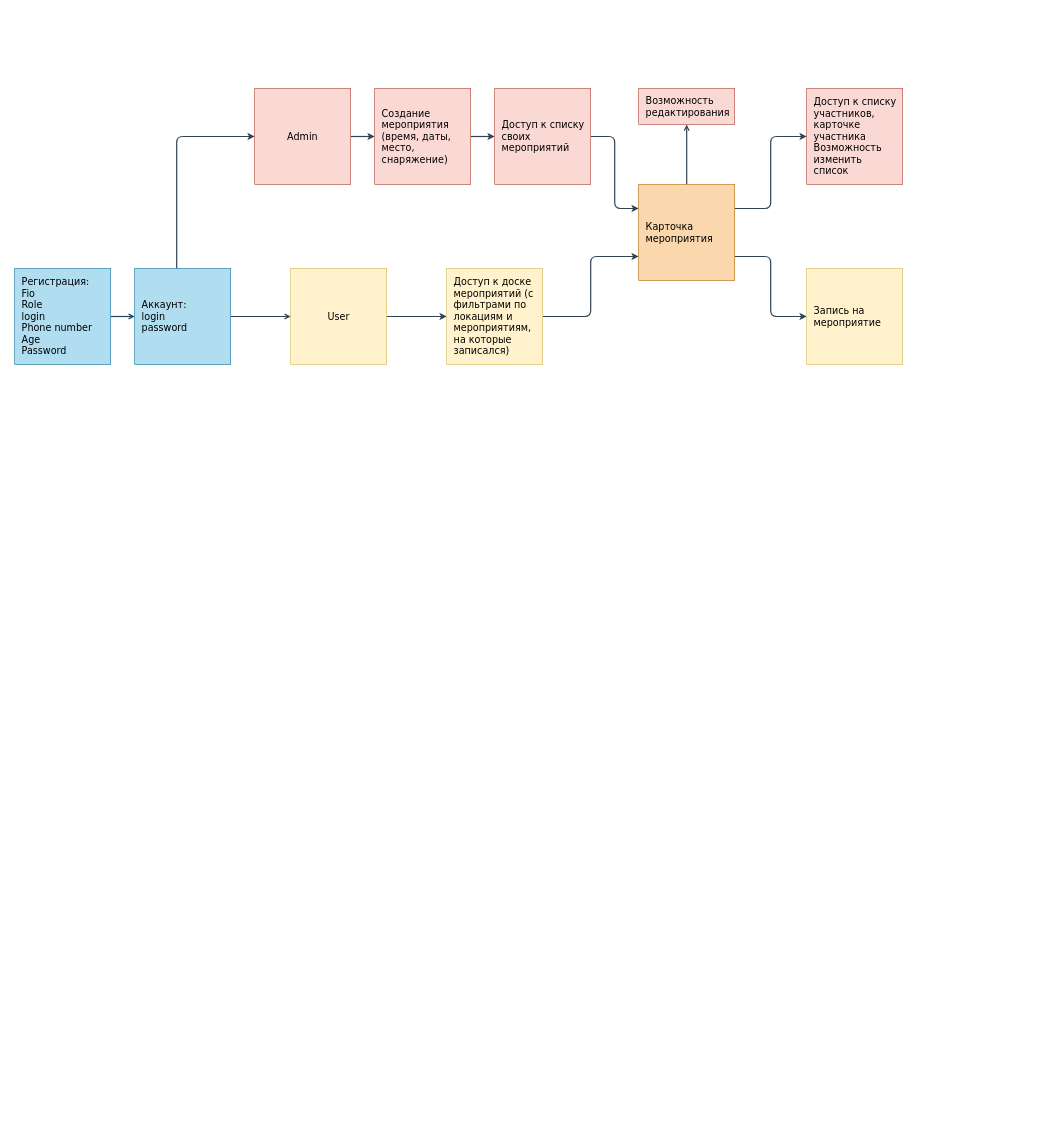
VeronikaOxyt/Frontend-basics-course keeps this draw.io diagram as Диаграмма без названия.drawio. Above is the earlier version. Source tidied: cells renumbered, new cells numbered last; positions are measured from the earlier drawing's top-left corner, leaving out a move shared by most shapes. Both pictures are drawn from the tidied source at 60%, with x=0, y=0 at pixel (14, 88).
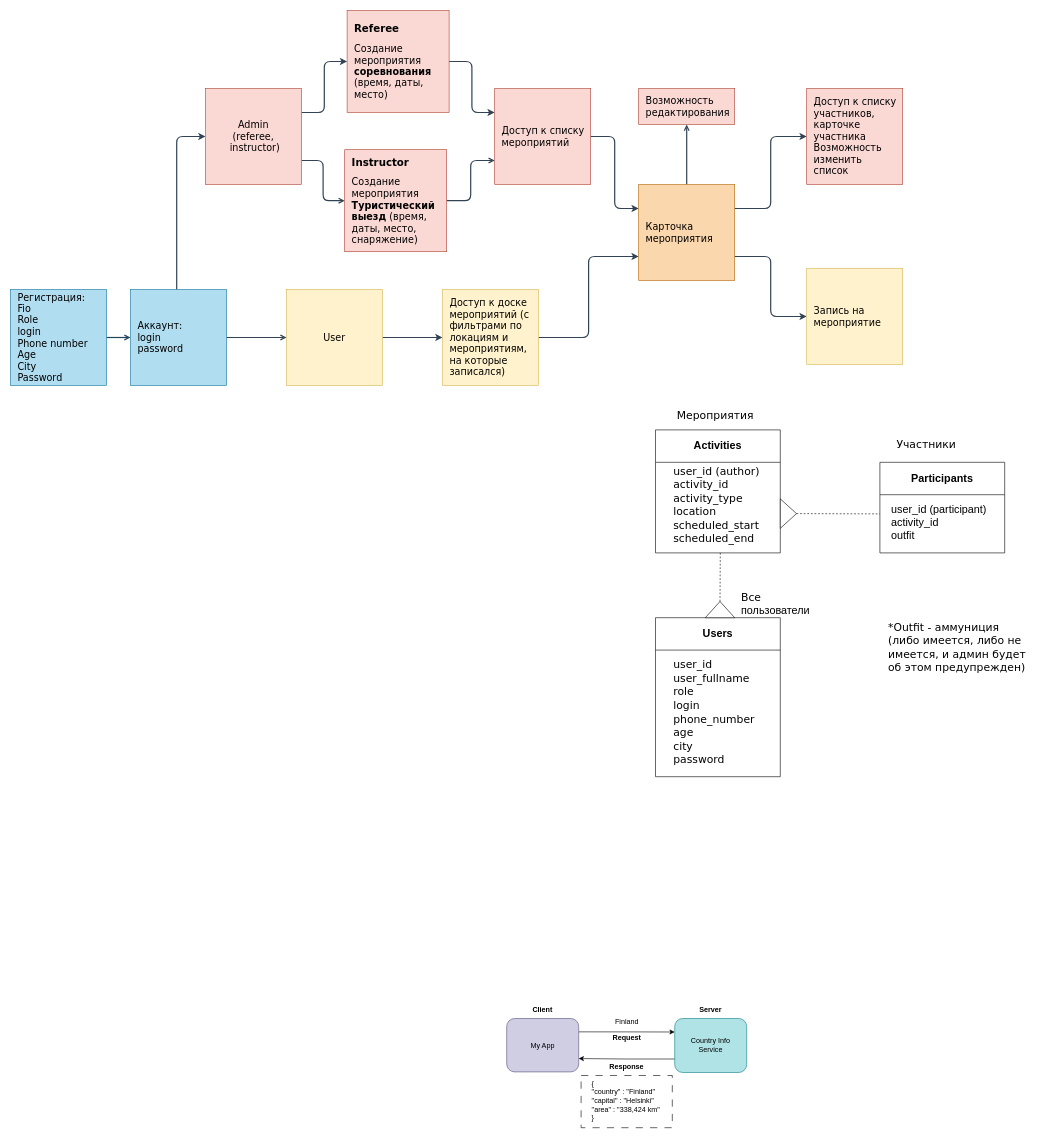
The same diagram, later.

Diff of the diagram source:
```diff
@@
-    <mxCell id="3" value="&lt;font face=&quot;Verdana&quot; style=&quot;font-size: 16px;&quot;&gt;Регистрация:&lt;br&gt;Fio&lt;br&gt;Role&lt;br&gt;login&lt;br&gt;Phone number&lt;br&gt;Age&lt;br&gt;Password&lt;/font&gt;" style="rounded=0;whiteSpace=wrap;html=1;fillColor=#b1ddf0;strokeColor=#10739e;fontStyle=0;align=left;spacing=12;" parent="1" vertex="1">
-      <mxGeometry y="300" width="160" height="160" as="geometry" />
+    <mxCell id="3" value="&lt;font face=&quot;Verdana&quot; style=&quot;font-size: 16px;&quot;&gt;Регистрация:&lt;br&gt;Fio&lt;br&gt;Role&lt;br&gt;login&lt;br&gt;Phone number&lt;br&gt;Age&lt;br&gt;City&lt;br&gt;Password&lt;/font&gt;" style="rounded=0;whiteSpace=wrap;html=1;fillColor=#b1ddf0;strokeColor=#10739e;fontStyle=0;align=left;spacing=12;" parent="1" vertex="1">
+      <mxGeometry x="-7" y="335" width="160" height="160" as="geometry" />
     </mxCell>
@@
     <mxCell id="6" value="&lt;pre&gt;&lt;font face=&quot;Verdana&quot; style=&quot;font-size: 16px;&quot;&gt;Аккаунт:&lt;br&gt;&lt;/font&gt;&lt;font face=&quot;Verdana&quot; style=&quot;font-size: 16px;&quot;&gt;login&lt;br&gt;&lt;/font&gt;&lt;font face=&quot;Verdana&quot; style=&quot;font-size: 16px;&quot;&gt;password&lt;/font&gt;&lt;/pre&gt;" style="whiteSpace=wrap;html=1;align=left;fillColor=#b1ddf0;strokeColor=#10739e;spacing=12;" parent="1" vertex="1">
-      <mxGeometry x="200" y="300" width="160" height="160" as="geometry" />
+      <mxGeometry x="193" y="335" width="160" height="160" as="geometry" />
     </mxCell>
-    <mxCell id="7" style="edgeStyle=orthogonalEdgeStyle;rounded=1;jettySize=auto;html=1;strokeWidth=2;fillColor=#647687;strokeColor=#314354;" parent="1" edge="1" source="8" target="12">
+    <mxCell id="7" style="edgeStyle=orthogonalEdgeStyle;rounded=1;jettySize=auto;html=1;strokeWidth=2;fillColor=#647687;strokeColor=#314354;exitX=1;exitY=0.25;exitDx=0;exitDy=0;" parent="1" edge="1" source="8" target="12">
       <mxGeometry relative="1" as="geometry" />
     </mxCell>
+    <mxCell id="24" style="edgeStyle=orthogonalEdgeStyle;rounded=1;jettySize=auto;html=1;entryX=0;entryY=0.5;entryDx=0;entryDy=0;exitX=1;exitY=0.75;exitDx=0;exitDy=0;endArrow=open;endFill=0;fillColor=#647687;strokeColor=#314354;strokeWidth=2;" parent="1" edge="1" source="8" target="39">
+      <mxGeometry relative="1" as="geometry" />
+    </mxCell>
-    <mxCell id="8" value="&lt;font style=&quot;font-size: 16px;&quot; face=&quot;Verdana&quot;&gt;Admin&lt;/font&gt;" style="whiteSpace=wrap;html=1;align=center;fillColor=#fad9d5;strokeColor=#ae4132;" parent="1" vertex="1">
-      <mxGeometry x="400" width="160" height="160" as="geometry" />
+    <mxCell id="8" value="&lt;font style=&quot;font-size: 16px;&quot; face=&quot;Verdana&quot;&gt;Admin&lt;br&gt;&lt;span style=&quot;font-size: 16px;&quot;&gt;(referee,&lt;br&gt;&amp;nbsp;instructor&lt;/span&gt;&lt;span style=&quot;font-size: 16px;&quot;&gt;)&lt;/span&gt;&lt;br&gt;&lt;/font&gt;" style="whiteSpace=wrap;html=1;align=center;fillColor=#fad9d5;strokeColor=#ae4132;" parent="1" vertex="1">
+      <mxGeometry x="318" width="160" height="160" as="geometry" />
     </mxCell>
@@
     <mxCell id="10" value="&lt;font style=&quot;font-size: 16px;&quot; face=&quot;Verdana&quot;&gt;User&lt;/font&gt;" style="whiteSpace=wrap;html=1;align=center;fillColor=#fff2cc;strokeColor=#d6b656;" parent="1" vertex="1">
-      <mxGeometry x="460" y="300" width="160" height="160" as="geometry" />
+      <mxGeometry x="453" y="335" width="160" height="160" as="geometry" />
     </mxCell>
-    <mxCell id="11" style="edgeStyle=orthogonalEdgeStyle;rounded=1;jettySize=auto;html=1;strokeWidth=2;fillColor=#647687;strokeColor=#314354;" parent="1" edge="1" source="12">
-      <mxGeometry relative="1" as="geometry">
-        <mxPoint x="800" y="80" as="targetPoint" />
-      </mxGeometry>
+    <mxCell id="11" style="edgeStyle=orthogonalEdgeStyle;rounded=1;jettySize=auto;html=1;strokeWidth=2;fillColor=#647687;strokeColor=#314354;entryX=0;entryY=0.25;entryDx=0;entryDy=0;" parent="1" edge="1" source="12" target="14">
+      <mxGeometry relative="1" as="geometry" />
     </mxCell>
-    <mxCell id="12" value="&lt;font style=&quot;font-size: 16px;&quot; face=&quot;Verdana&quot;&gt;Создание мероприятия (время, даты, место, снаряжение)&lt;/font&gt;" style="whiteSpace=wrap;html=1;align=left;fillColor=#fad9d5;strokeColor=#ae4132;spacing=12;" parent="1" vertex="1">
-      <mxGeometry x="600" width="160" height="160" as="geometry" />
+    <mxCell id="12" value="&lt;font style=&quot;&quot; face=&quot;Verdana&quot;&gt;&lt;b style=&quot;&quot;&gt;&lt;font style=&quot;font-size: 17px;&quot;&gt;Referee&lt;br&gt;&lt;/font&gt;&lt;/b&gt;&lt;br&gt;&lt;span style=&quot;font-size: 16px;&quot;&gt;Создание мероприятия&lt;/span&gt;&lt;br&gt;&lt;b style=&quot;font-size: 16px;&quot;&gt;соревнования&lt;/b&gt;&lt;span style=&quot;font-size: 16px;&quot;&gt; (время, даты, место)&lt;/span&gt;&lt;/font&gt;" style="whiteSpace=wrap;html=1;align=left;fillColor=#fad9d5;strokeColor=#ae4132;spacing=12;" parent="1" vertex="1">
+      <mxGeometry x="554" y="-130" width="170" height="170" as="geometry" />
     </mxCell>
@@
-    <mxCell id="14" value="&lt;font style=&quot;font-size: 16px;&quot; face=&quot;Verdana&quot;&gt;Доступ к списку своих мероприятий&lt;br&gt;&lt;/font&gt;" style="whiteSpace=wrap;html=1;align=left;fillColor=#fad9d5;strokeColor=#ae4132;spacing=12;" parent="1" vertex="1">
+    <mxCell id="14" value="&lt;font style=&quot;font-size: 16px;&quot; face=&quot;Verdana&quot;&gt;Доступ к списку мероприятий&lt;br&gt;&lt;/font&gt;" style="whiteSpace=wrap;html=1;align=left;fillColor=#fad9d5;strokeColor=#ae4132;spacing=12;" parent="1" vertex="1">
       <mxGeometry x="800" width="160" height="160" as="geometry" />
     </mxCell>
@@
     <mxCell id="16" value="&lt;font style=&quot;font-size: 16px;&quot; face=&quot;Verdana&quot;&gt;Доступ к доске мероприятий (с фильтрами по локациям и мероприятиям, на которые записался)&lt;/font&gt;" style="whiteSpace=wrap;html=1;align=left;fillColor=#fff2cc;strokeColor=#d6b656;spacing=12;" parent="1" vertex="1">
-      <mxGeometry x="720" y="300" width="160" height="160" as="geometry" />
+      <mxGeometry x="713" y="335" width="160" height="160" as="geometry" />
     </mxCell>
@@
+    <mxCell id="25" style="edgeStyle=orthogonalEdgeStyle;rounded=0;jettySize=auto;html=1;entryX=0;entryY=0.25;entryDx=0;entryDy=0;exitX=1;exitY=0.25;exitDx=0;exitDy=0;" parent="1" edge="1" source="26" target="28">
+      <mxGeometry relative="1" as="geometry" />
+    </mxCell>
+    <mxCell id="26" value="My App" style="rounded=1;whiteSpace=wrap;html=1;fillColor=#d0cee2;strokeColor=#56517e;" parent="1" vertex="1">
+      <mxGeometry x="820" y="1550" width="120" height="89" as="geometry" />
+    </mxCell>
+    <mxCell id="27" style="edgeStyle=orthogonalEdgeStyle;rounded=0;jettySize=auto;html=1;entryX=1;entryY=0.75;entryDx=0;entryDy=0;exitX=0;exitY=0.75;exitDx=0;exitDy=0;" parent="1" edge="1" source="28" target="26">
+      <mxGeometry relative="1" as="geometry" />
+    </mxCell>
+    <mxCell id="28" value="Country Info &lt;br&gt;Service" style="rounded=1;whiteSpace=wrap;html=1;fillColor=#b0e3e6;strokeColor=#0e8088;" parent="1" vertex="1">
+      <mxGeometry x="1100" y="1550" width="120" height="90" as="geometry" />
+    </mxCell>
+    <mxCell id="29" value="Finland" style="text;html=1;align=center;verticalAlign=middle;strokeColor=none;fillColor=none;" parent="1" vertex="1">
+      <mxGeometry x="990" y="1540" width="60" height="30" as="geometry" />
+    </mxCell>
+    <mxCell id="30" value="&lt;b&gt;Response&lt;/b&gt;" style="text;html=1;strokeColor=none;fillColor=none;align=center;verticalAlign=middle;whiteSpace=wrap;rounded=0;" parent="1" vertex="1">
+      <mxGeometry x="990" y="1615" width="60" height="30" as="geometry" />
+    </mxCell>
+    <mxCell id="31" value="&lt;b&gt;Request&lt;/b&gt;" style="text;html=1;align=center;verticalAlign=middle;strokeColor=none;fillColor=none;" parent="1" vertex="1">
+      <mxGeometry x="987.5" y="1570" width="65" height="26" as="geometry" />
+    </mxCell>
+    <mxCell id="32" style="rounded=0;whiteSpace=wrap;html=1;dashed=1;dashPattern=12 12;" parent="1" vertex="1">
+      <mxGeometry x="944" y="1645" width="152" height="87" as="geometry" />
+    </mxCell>
+    <mxCell id="33" value="{&lt;br&gt;&quot;country&quot; : &quot;Finland&quot;&lt;br&gt;&quot;capital&quot; : &quot;Helsinki&quot;&lt;br&gt;&quot;area&quot; : &quot;338,424 km&quot;&lt;br&gt;}" style="text;html=1;strokeColor=none;fillColor=none;align=left;verticalAlign=middle;whiteSpace=wrap;rounded=0;" parent="1" vertex="1">
+      <mxGeometry x="960" y="1640" width="134" height="93" as="geometry" />
+    </mxCell>
+    <mxCell id="34" value="&lt;b&gt;Client&lt;/b&gt;" style="text;html=1;strokeColor=none;fillColor=none;align=center;verticalAlign=middle;whiteSpace=wrap;rounded=0;" parent="1" vertex="1">
+      <mxGeometry x="850" y="1520" width="60" height="30" as="geometry" />
+    </mxCell>
+    <mxCell id="35" value="&lt;b&gt;Server&lt;/b&gt;" style="text;html=1;strokeColor=none;fillColor=none;align=center;verticalAlign=middle;whiteSpace=wrap;rounded=0;" parent="1" vertex="1">
+      <mxGeometry x="1130" y="1520" width="60" height="30" as="geometry" />
+    </mxCell>
+    <mxCell id="36" value="&lt;font style=&quot;font-size: 18px;&quot;&gt;Users&lt;/font&gt;" style="swimlane;whiteSpace=wrap;html=1;startSize=54;" parent="1" vertex="1">
+      <mxGeometry x="1068" y="882" width="208" height="265" as="geometry" />
+    </mxCell>
+    <mxCell id="37" value="&lt;font style=&quot;font-size: 18px;&quot;&gt;&lt;font face=&quot;Verdana&quot;&gt;&lt;font style=&quot;font-size: 18px;&quot;&gt;user_id&lt;br&gt;user_fullname&lt;br style=&quot;border-color: var(--border-color);&quot;&gt;role&lt;br style=&quot;border-color: var(--border-color);&quot;&gt;login&lt;br style=&quot;border-color: var(--border-color);&quot;&gt;phone_number&lt;br style=&quot;border-color: var(--border-color);&quot;&gt;age&lt;br&gt;city&lt;/font&gt;&lt;br&gt;password&lt;/font&gt;&lt;br&gt;&lt;/font&gt;" style="text;html=1;strokeColor=none;fillColor=none;align=left;verticalAlign=middle;whiteSpace=wrap;rounded=0;" parent="36" vertex="1">
+      <mxGeometry x="28" y="63" width="156" height="189" as="geometry" />
+    </mxCell>
+    <mxCell id="38" style="edgeStyle=orthogonalEdgeStyle;rounded=1;jettySize=auto;html=1;entryX=0;entryY=0.75;entryDx=0;entryDy=0;endArrow=open;endFill=0;fillColor=#647687;strokeColor=#314354;strokeWidth=2;" parent="1" edge="1" source="39" target="14">
+      <mxGeometry relative="1" as="geometry" />
+    </mxCell>
+    <mxCell id="39" value="&lt;font style=&quot;&quot; face=&quot;Verdana&quot;&gt;&lt;b style=&quot;&quot;&gt;&lt;font style=&quot;font-size: 17px;&quot;&gt;Instructor&lt;br&gt;&lt;/font&gt;&lt;/b&gt;&lt;br&gt;&lt;span style=&quot;font-size: 16px;&quot;&gt;Создание мероприятия&lt;/span&gt;&lt;br&gt;&lt;b style=&quot;font-size: 16px;&quot;&gt;Туристический выезд&lt;/b&gt;&lt;span style=&quot;font-size: 16px;&quot;&gt; (время, даты, место, снаряжение)&lt;/span&gt;&lt;/font&gt;" style="whiteSpace=wrap;html=1;align=left;fillColor=#fad9d5;strokeColor=#ae4132;spacing=12;" parent="1" vertex="1">
+      <mxGeometry x="550" y="102" width="170" height="170" as="geometry" />
+    </mxCell>
+    <mxCell id="40" value="&lt;span style=&quot;font-size: 18px;&quot;&gt;Activities&lt;/span&gt;" style="swimlane;whiteSpace=wrap;html=1;startSize=54;" parent="1" vertex="1">
+      <mxGeometry x="1068" y="569" width="208" height="205" as="geometry" />
+    </mxCell>
+    <mxCell id="41" value="&lt;font style=&quot;font-size: 18px;&quot;&gt;&lt;font style=&quot;font-size: 18px;&quot; face=&quot;Verdana&quot;&gt;user_id (author)&lt;br&gt;activity_id&lt;/font&gt;&lt;br style=&quot;border-color: var(--border-color); font-family: Verdana;&quot;&gt;&lt;font style=&quot;&quot; face=&quot;Verdana&quot;&gt;activity_type&lt;br&gt;&lt;span style=&quot;font-size: 18px;&quot;&gt;location&lt;/span&gt;&lt;br&gt;&lt;span style=&quot;font-size: 18px;&quot;&gt;scheduled_start&lt;/span&gt;&lt;br&gt;&lt;span style=&quot;font-size: 18px;&quot;&gt;scheduled_end&lt;/span&gt;&lt;br&gt;&lt;/font&gt;&lt;br&gt;&lt;/font&gt;" style="text;html=1;strokeColor=none;fillColor=none;align=left;verticalAlign=middle;whiteSpace=wrap;rounded=0;" parent="40" vertex="1">
+      <mxGeometry x="28" y="73" width="156" height="125" as="geometry" />
+    </mxCell>
+    <mxCell id="42" style="triangle;whiteSpace=wrap;html=1;direction=north;" parent="1" vertex="1">
+      <mxGeometry x="1151" y="855" width="49" height="27" as="geometry" />
+    </mxCell>
+    <mxCell id="43" style="endArrow=none;dashed=1;html=1;rounded=0;exitX=1;exitY=0.5;exitDx=0;exitDy=0;" parent="1" edge="1" source="42">
+      <mxGeometry relative="1" as="geometry">
+        <mxPoint x="1176" y="773" as="targetPoint" />
+      </mxGeometry>
+    </mxCell>
+    <mxCell id="44" value="&lt;font style=&quot;font-size: 18px;&quot;&gt;Participants&lt;/font&gt;" style="swimlane;whiteSpace=wrap;html=1;startSize=54;" parent="1" vertex="1">
+      <mxGeometry x="1442" y="623" width="208" height="151" as="geometry" />
+    </mxCell>
+    <mxCell id="45" value="&lt;font style=&quot;font-size: 18px;&quot;&gt;user_id (participant)&lt;br&gt;activity_id&lt;br&gt;outfit&lt;br&gt;&lt;/font&gt;" style="text;html=1;strokeColor=none;fillColor=none;align=left;verticalAlign=middle;whiteSpace=wrap;rounded=0;" parent="44" vertex="1">
+      <mxGeometry x="17" y="38" width="185" height="125" as="geometry" />
+    </mxCell>
+    <mxCell id="46" style="triangle;whiteSpace=wrap;html=1;direction=east;" parent="1" vertex="1">
+      <mxGeometry x="1276" y="684" width="27" height="49" as="geometry" />
+    </mxCell>
+    <mxCell id="47" style="endArrow=none;dashed=1;html=1;rounded=0;exitX=1;exitY=0.5;exitDx=0;exitDy=0;" parent="1" edge="1" source="46">
+      <mxGeometry relative="1" as="geometry">
+        <mxPoint x="1442" y="709" as="targetPoint" />
+      </mxGeometry>
+    </mxCell>
+    <mxCell id="48" value="&lt;font style=&quot;font-size: 18px;&quot;&gt;&lt;font face=&quot;Verdana&quot;&gt;Мероприятия&lt;/font&gt;&lt;br&gt;&lt;/font&gt;" style="text;html=1;strokeColor=none;fillColor=none;align=left;verticalAlign=middle;whiteSpace=wrap;rounded=0;" parent="1" vertex="1">
+      <mxGeometry x="1102" y="528" width="156" height="34" as="geometry" />
+    </mxCell>
+    <mxCell id="49" value="&lt;font style=&quot;font-size: 18px;&quot;&gt;&lt;font face=&quot;Verdana&quot;&gt;Участники&lt;/font&gt;&lt;br&gt;&lt;/font&gt;" style="text;html=1;strokeColor=none;fillColor=none;align=left;verticalAlign=middle;whiteSpace=wrap;rounded=0;" parent="1" vertex="1">
+      <mxGeometry x="1468" y="577" width="156" height="34" as="geometry" />
+    </mxCell>
+    <mxCell id="50" value="&lt;font style=&quot;font-size: 18px;&quot;&gt;&lt;font face=&quot;Verdana&quot;&gt;Все&lt;br&gt;&lt;/font&gt;пользователи&lt;br&gt;&lt;/font&gt;" style="text;html=1;strokeColor=none;fillColor=none;align=left;verticalAlign=middle;whiteSpace=wrap;rounded=0;" parent="1" vertex="1">
+      <mxGeometry x="1209" y="843" width="156" height="34" as="geometry" />
+    </mxCell>
+    <mxCell id="51" value="&lt;font style=&quot;font-size: 18px;&quot;&gt;&lt;font face=&quot;Verdana&quot;&gt;*Outfit - аммуниция (либо имеется, либо не имеется, и админ будет об этом предупрежден)&lt;/font&gt;&lt;br&gt;&lt;/font&gt;" style="text;html=1;strokeColor=none;fillColor=none;align=left;verticalAlign=middle;whiteSpace=wrap;rounded=0;" parent="1" vertex="1">
+      <mxGeometry x="1454" y="881" width="240" height="101" as="geometry" />
+    </mxCell>
```
